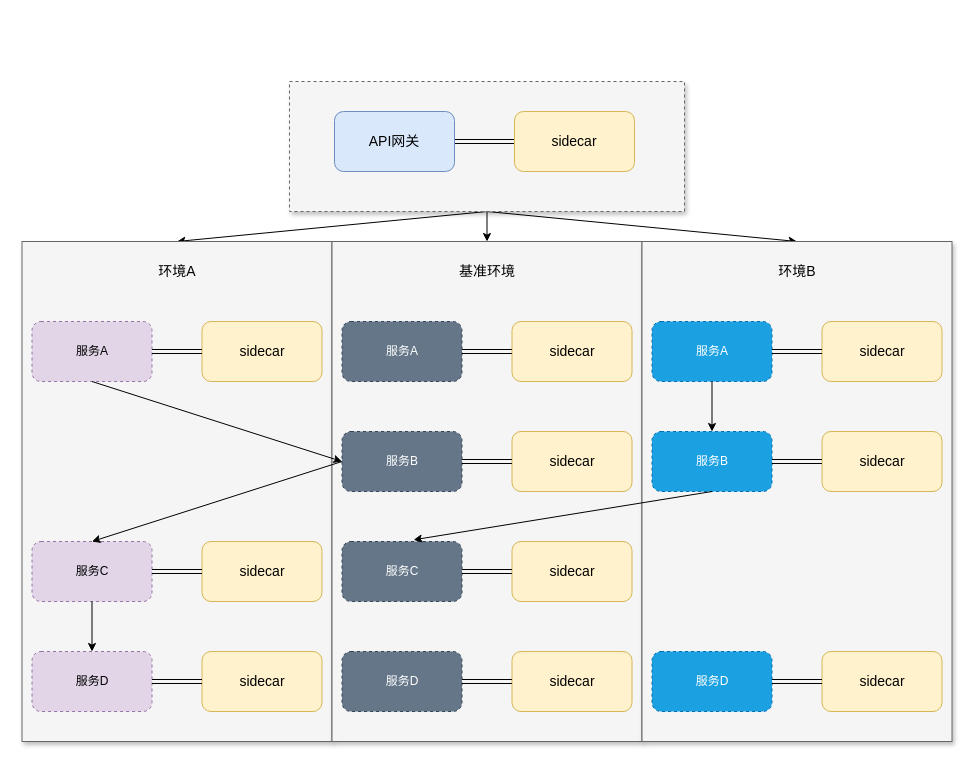
Earlier version of the draw.io diagram 多环境.drawio (xinguai/asmshare). Source tidied: cells renumbered, new cells numbered last; positions are measured from the earlier drawing's top-left corner, leaving out a move shared by most shapes. Both pictures are drawn from the tidied source at 100%, with x=0, y=0 at pixel (22, 81).
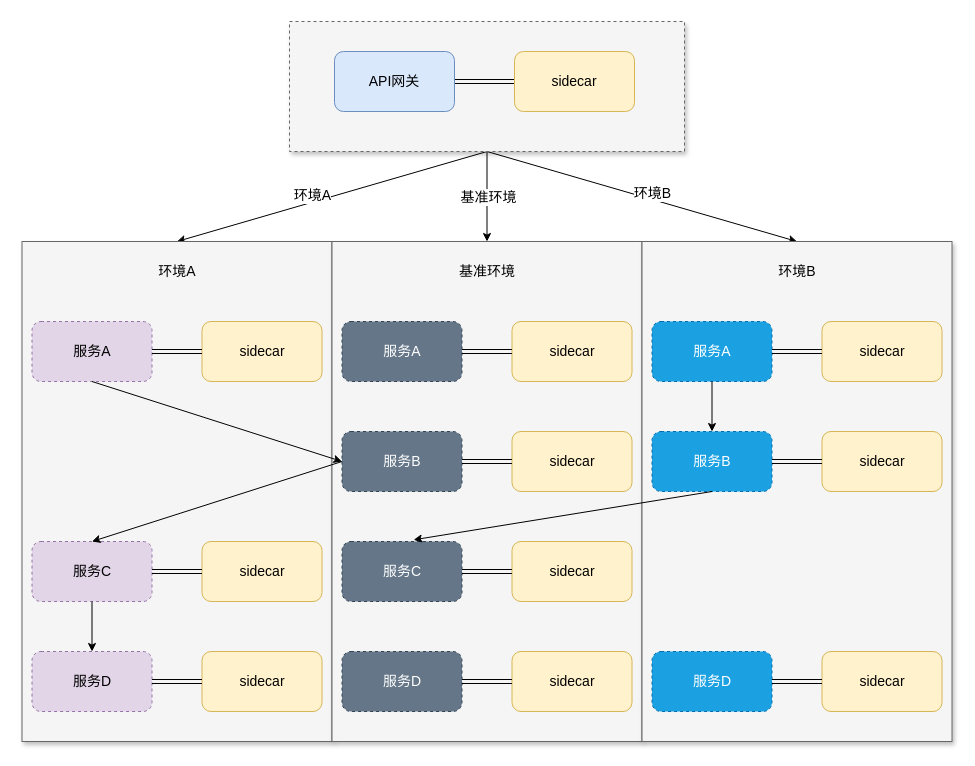
Above is the later version.

Unchanged cells that the change refers to:
```xml
<mxCell id="2" style="edgeStyle=none;rounded=0;jettySize=auto;html=1;exitX=0.5;exitY=1;exitDx=0;exitDy=0;entryX=0.5;entryY=0;entryDx=0;entryDy=0;startArrow=none;startFill=0;endArrow=classic;endFill=1;" parent="1" edge="1" source="5" target="10">
  <mxGeometry relative="1" as="geometry" />
</mxCell>
<mxCell id="3" style="edgeStyle=none;rounded=0;jettySize=auto;html=1;exitX=0.5;exitY=1;exitDx=0;exitDy=0;entryX=0.5;entryY=0;entryDx=0;entryDy=0;startArrow=none;startFill=0;endArrow=classic;endFill=1;" parent="1" edge="1" source="5" target="45">
  <mxGeometry relative="1" as="geometry" />
</mxCell>
<mxCell id="4" style="edgeStyle=none;rounded=0;jettySize=auto;html=1;exitX=0.5;exitY=1;exitDx=0;exitDy=0;entryX=0.5;entryY=0;entryDx=0;entryDy=0;startArrow=none;startFill=0;endArrow=classic;endFill=1;" parent="1" edge="1" source="5" target="24">
  <mxGeometry relative="1" as="geometry" />
</mxCell>
<mxCell id="11" style="group;" parent="1" vertex="1">
  <mxGeometry x="9.5" y="240" width="290" height="60" as="geometry" />
</mxCell>
<mxCell id="15" style="group;" parent="1" vertex="1">
  <mxGeometry x="9.5" y="460" width="290" height="60" as="geometry" />
</mxCell>
<mxCell id="19" style="group;" parent="1" vertex="1">
  <mxGeometry x="9.5" y="570" width="290" height="60" as="geometry" />
</mxCell>
<mxCell id="25" style="group;" parent="1" vertex="1">
  <mxGeometry x="319.5" y="240" width="290" height="60" as="geometry" />
</mxCell>
<mxCell id="29" style="group;" parent="1" vertex="1">
  <mxGeometry x="319.5" y="350" width="290" height="60" as="geometry" />
</mxCell>
<mxCell id="33" style="group;" parent="1" vertex="1">
  <mxGeometry x="319.5" y="460" width="290" height="60" as="geometry" />
</mxCell>
<mxCell id="46" style="group;" parent="1" vertex="1">
  <mxGeometry x="629.5" y="240" width="290" height="60" as="geometry" />
</mxCell>
<mxCell id="50" style="group;" parent="1" vertex="1">
  <mxGeometry x="629.5" y="350" width="290" height="60" as="geometry" />
</mxCell>
<mxCell id="54" style="group;" parent="1" vertex="1">
  <mxGeometry x="629.5" y="570" width="290" height="60" as="geometry" />
</mxCell>
```

Change to the diagram source:
```diff
@@
+    <mxCell id="61" value="环境A" style="edgeLabel;html=1;align=center;verticalAlign=middle;fontSize=14;" parent="2" vertex="1">
+      <mxGeometry x="0.12" y="-7" relative="1" as="geometry">
+        <mxPoint x="1" as="offset" />
+      </mxGeometry>
+    </mxCell>
@@
+    <mxCell id="62" value="环境B" style="edgeLabel;html=1;align=center;verticalAlign=middle;fontSize=14;" parent="3" vertex="1">
+      <mxGeometry x="0.06" y="6" relative="1" as="geometry">
+        <mxPoint x="-1" as="offset" />
+      </mxGeometry>
+    </mxCell>
@@
+    <mxCell id="63" value="基准环境" style="edgeLabel;html=1;align=center;verticalAlign=middle;fontSize=14;" parent="4" vertex="1">
+      <mxGeometry y="1" relative="1" as="geometry" />
+    </mxCell>
     <mxCell id="5" style="rounded=0;whiteSpace=wrap;html=1;fillColor=#f5f5f5;strokeColor=#666666;fontColor=#333333;dashed=1;shadow=1;" parent="1" vertex="1">
-      <mxGeometry x="267" width="395" height="130" as="geometry" />
+      <mxGeometry x="267" y="-60" width="395" height="130" as="geometry" />
     </mxCell>
@@
     <mxCell id="7" value="&lt;font style=&quot;font-size: 14px&quot;&gt;API网关&lt;/font&gt;" style="rounded=1;whiteSpace=wrap;html=1;fillColor=#dae8fc;strokeColor=#6c8ebf;" parent="1" vertex="1">
-      <mxGeometry x="312" y="30" width="120" height="60" as="geometry" />
+      <mxGeometry x="312" y="-30" width="120" height="60" as="geometry" />
     </mxCell>
     <mxCell id="8" value="&lt;font style=&quot;font-size: 14px&quot;&gt;sidecar&lt;/font&gt;" style="rounded=1;whiteSpace=wrap;html=1;fillColor=#fff2cc;strokeColor=#d6b656;" parent="1" vertex="1">
-      <mxGeometry x="492" y="30" width="120" height="60" as="geometry" />
+      <mxGeometry x="492" y="-30" width="120" height="60" as="geometry" />
     </mxCell>
@@
-    <mxCell id="12" value="服务A" style="rounded=1;whiteSpace=wrap;html=1;dashed=1;fillColor=#e1d5e7;strokeColor=#9673a6;" parent="11" vertex="1">
+    <mxCell id="12" value="&lt;font style=&quot;font-size: 14px&quot;&gt;服务A&lt;/font&gt;" style="rounded=1;whiteSpace=wrap;html=1;dashed=1;fillColor=#e1d5e7;strokeColor=#9673a6;" parent="11" vertex="1">
       <mxGeometry width="120" height="60" as="geometry" />
     </mxCell>
@@
-    <mxCell id="16" value="服务C" style="rounded=1;whiteSpace=wrap;html=1;dashed=1;fillColor=#e1d5e7;strokeColor=#9673a6;" parent="15" vertex="1">
+    <mxCell id="16" value="&lt;font style=&quot;font-size: 14px&quot;&gt;服务C&lt;/font&gt;" style="rounded=1;whiteSpace=wrap;html=1;dashed=1;fillColor=#e1d5e7;strokeColor=#9673a6;" parent="15" vertex="1">
       <mxGeometry width="120" height="60" as="geometry" />
     </mxCell>
@@
-    <mxCell id="20" value="服务D" style="rounded=1;whiteSpace=wrap;html=1;dashed=1;fillColor=#e1d5e7;strokeColor=#9673a6;" parent="19" vertex="1">
+    <mxCell id="20" value="&lt;font style=&quot;font-size: 14px&quot;&gt;服务D&lt;/font&gt;" style="rounded=1;whiteSpace=wrap;html=1;dashed=1;fillColor=#e1d5e7;strokeColor=#9673a6;" parent="19" vertex="1">
       <mxGeometry width="120" height="60" as="geometry" />
     </mxCell>
@@
-    <mxCell id="26" value="服务A" style="rounded=1;whiteSpace=wrap;html=1;dashed=1;fillColor=#647687;strokeColor=#314354;fontColor=#ffffff;" parent="25" vertex="1">
+    <mxCell id="26" value="&lt;font style=&quot;font-size: 14px&quot;&gt;服务A&lt;/font&gt;" style="rounded=1;whiteSpace=wrap;html=1;dashed=1;fillColor=#647687;strokeColor=#314354;fontColor=#ffffff;" parent="25" vertex="1">
       <mxGeometry width="120" height="60" as="geometry" />
     </mxCell>
@@
-    <mxCell id="30" value="服务B" style="rounded=1;whiteSpace=wrap;html=1;dashed=1;fillColor=#647687;strokeColor=#314354;fontColor=#ffffff;" parent="29" vertex="1">
+    <mxCell id="30" value="&lt;font style=&quot;font-size: 14px&quot;&gt;服务B&lt;/font&gt;" style="rounded=1;whiteSpace=wrap;html=1;dashed=1;fillColor=#647687;strokeColor=#314354;fontColor=#ffffff;" parent="29" vertex="1">
       <mxGeometry width="120" height="60" as="geometry" />
     </mxCell>
@@
-    <mxCell id="34" value="服务C" style="rounded=1;whiteSpace=wrap;html=1;dashed=1;fillColor=#647687;strokeColor=#314354;fontColor=#ffffff;" parent="33" vertex="1">
+    <mxCell id="34" value="&lt;font style=&quot;font-size: 14px&quot;&gt;服务C&lt;/font&gt;" style="rounded=1;whiteSpace=wrap;html=1;dashed=1;fillColor=#647687;strokeColor=#314354;fontColor=#ffffff;" parent="33" vertex="1">
       <mxGeometry width="120" height="60" as="geometry" />
     </mxCell>
@@
-    <mxCell id="37" style="group;" parent="1" vertex="1">
+    <mxCell id="37" style="group;strokeWidth=1;" parent="1" vertex="1">
       <mxGeometry x="319.5" y="570" width="290" height="60" as="geometry" />
     </mxCell>
-    <mxCell id="38" value="服务D" style="rounded=1;whiteSpace=wrap;html=1;dashed=1;fillColor=#647687;strokeColor=#314354;fontColor=#ffffff;" parent="37" vertex="1">
+    <mxCell id="38" value="&lt;font style=&quot;font-size: 14px&quot;&gt;服务D&lt;/font&gt;" style="rounded=1;whiteSpace=wrap;html=1;dashed=1;fillColor=#647687;strokeColor=#314354;fontColor=#ffffff;" parent="37" vertex="1">
       <mxGeometry width="120" height="60" as="geometry" />
     </mxCell>
@@
-    <mxCell id="47" value="服务A" style="rounded=1;whiteSpace=wrap;html=1;dashed=1;fillColor=#1ba1e2;strokeColor=#006EAF;fontColor=#ffffff;" parent="46" vertex="1">
+    <mxCell id="47" value="&lt;font style=&quot;font-size: 14px&quot;&gt;服务A&lt;/font&gt;" style="rounded=1;whiteSpace=wrap;html=1;dashed=1;fillColor=#1ba1e2;strokeColor=#006EAF;fontColor=#ffffff;" parent="46" vertex="1">
       <mxGeometry width="120" height="60" as="geometry" />
     </mxCell>
@@
-    <mxCell id="51" value="服务B" style="rounded=1;whiteSpace=wrap;html=1;dashed=1;fillColor=#1ba1e2;strokeColor=#006EAF;fontColor=#ffffff;" parent="50" vertex="1">
+    <mxCell id="51" value="&lt;font style=&quot;font-size: 14px&quot;&gt;服务B&lt;/font&gt;" style="rounded=1;whiteSpace=wrap;html=1;dashed=1;fillColor=#1ba1e2;strokeColor=#006EAF;fontColor=#ffffff;" parent="50" vertex="1">
       <mxGeometry width="120" height="60" as="geometry" />
     </mxCell>
@@
-    <mxCell id="55" value="服务D" style="rounded=1;whiteSpace=wrap;html=1;dashed=1;fillColor=#1ba1e2;strokeColor=#006EAF;fontColor=#ffffff;" parent="54" vertex="1">
+    <mxCell id="55" value="&lt;font style=&quot;font-size: 14px&quot;&gt;服务D&lt;/font&gt;" style="rounded=1;whiteSpace=wrap;html=1;dashed=1;fillColor=#1ba1e2;strokeColor=#006EAF;fontColor=#ffffff;" parent="54" vertex="1">
       <mxGeometry width="120" height="60" as="geometry" />
     </mxCell>
```
